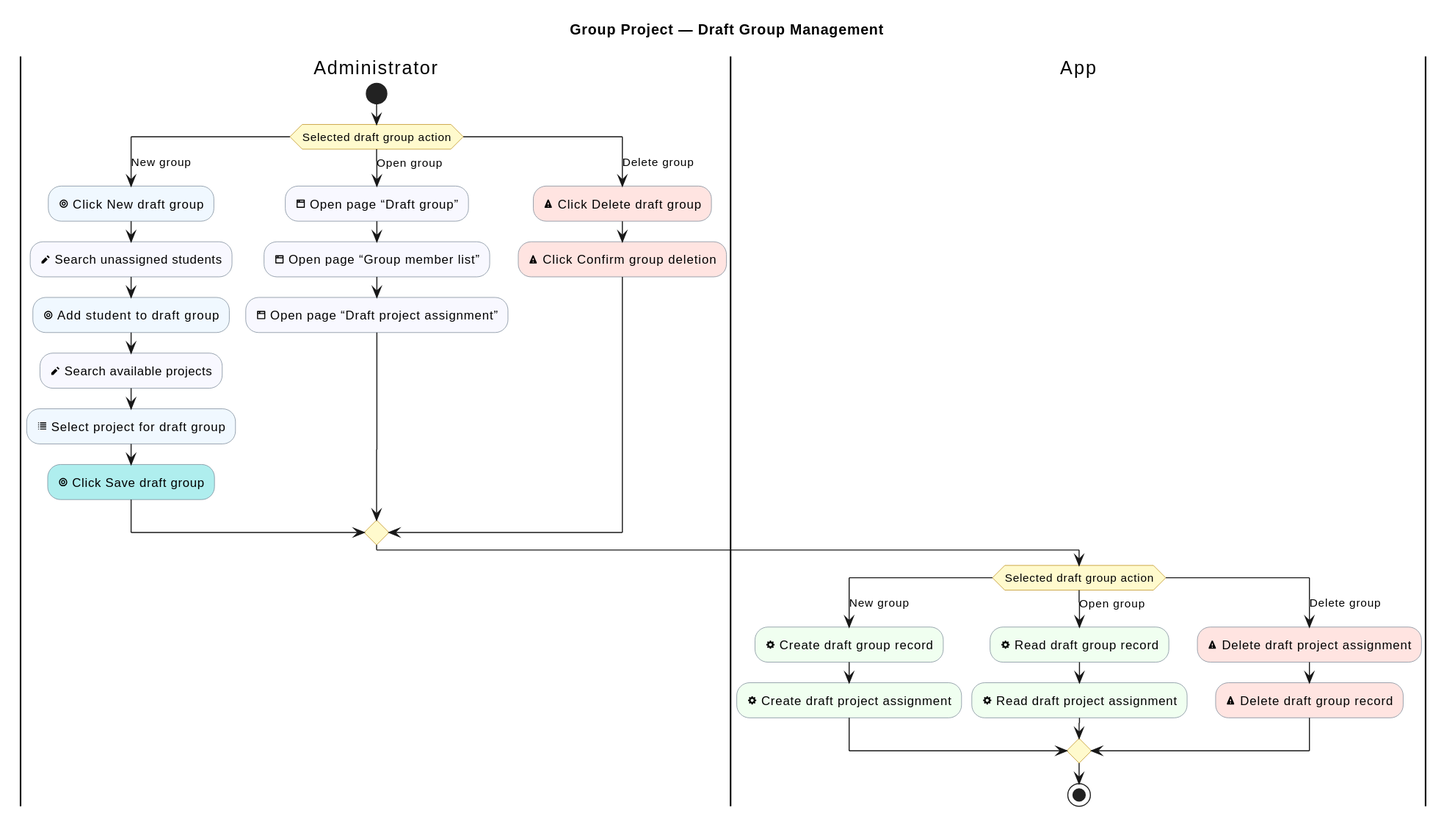
The PlantUML diagram industrial-placement-group-project/diagrams/group-project/draft-group-management.svg in sdflkjssl/sdflkjssl.github.io, before a commit.
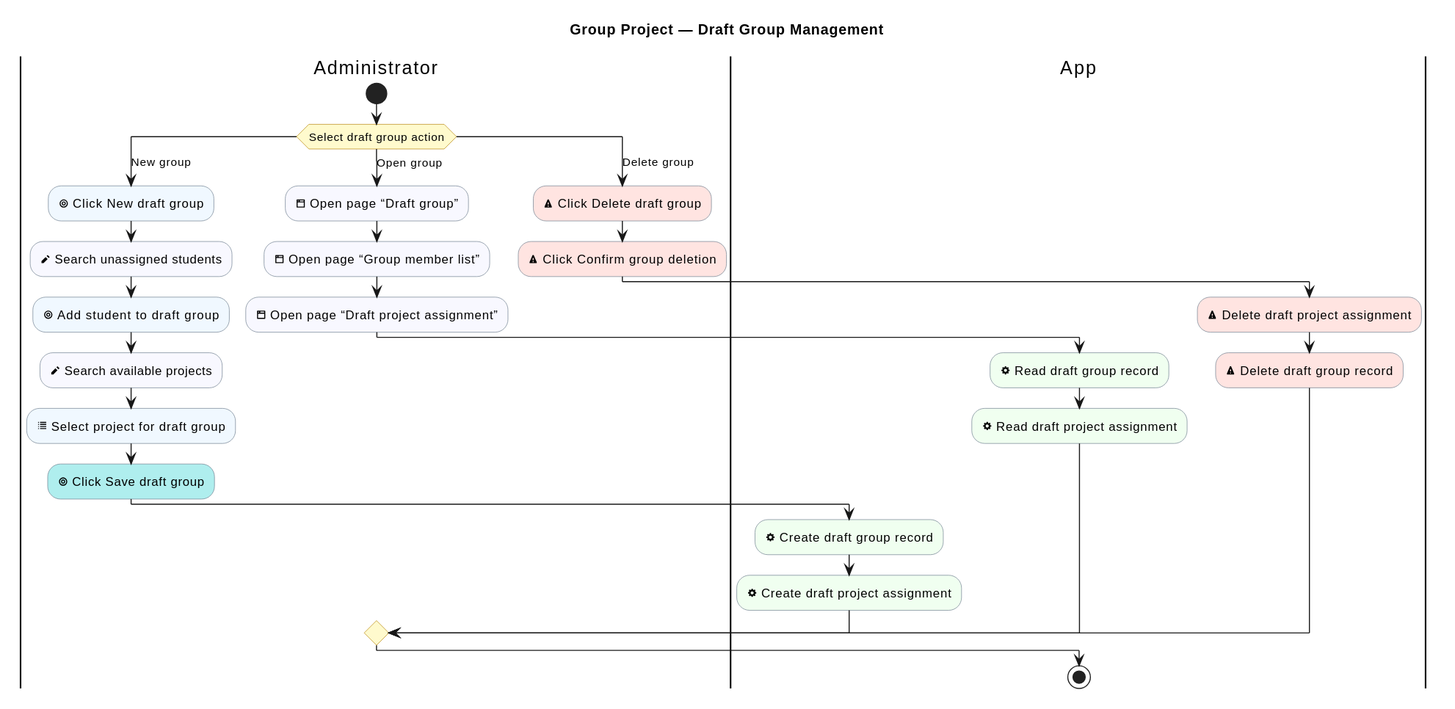
The same diagram one commit later.

What changed in the source:
```diff
@@ -12,32 +12,31 @@
 
 |Administrator|
 start
-switch (Selected draft group action)
+switch (Select draft group action)
 case (New group)
+  |Administrator|
   :<&target> Click New draft group; <<#AliceBlue>>
   :<&pencil> Search unassigned students; <<#GhostWhite>>
   :<&target> Add student to draft group; <<#AliceBlue>>
   :<&pencil> Search available projects; <<#GhostWhite>>
   :<&list> Select project for draft group; <<#AliceBlue>>
   :<&target> Click Save draft group; <<#PaleTurquoise>>
+  |App|
+  :<&cog> Create draft group record; <<#HoneyDew>>
+  :<&cog> Create draft project assignment; <<#HoneyDew>>
 case (Open group)
+  |Administrator|
   :<&browser> Open page “Draft group”; <<#GhostWhite>>
   :<&browser> Open page “Group member list”; <<#GhostWhite>>
   :<&browser> Open page “Draft project assignment”; <<#GhostWhite>>
-case (Delete group)
-  :<&warning> Click Delete draft group; <<#MistyRose>>
-  :<&warning> Click Confirm group deletion; <<#MistyRose>>
-endswitch
-
-|App|
-switch (Selected draft group action)
-case (New group)
-  :<&cog> Create draft group record; <<#HoneyDew>>
-  :<&cog> Create draft project assignment; <<#HoneyDew>>
-case (Open group)
+  |App|
   :<&cog> Read draft group record; <<#HoneyDew>>
   :<&cog> Read draft project assignment; <<#HoneyDew>>
 case (Delete group)
+  |Administrator|
+  :<&warning> Click Delete draft group; <<#MistyRose>>
+  :<&warning> Click Confirm group deletion; <<#MistyRose>>
+  |App|
   :<&warning> Delete draft project assignment; <<#MistyRose>>
   :<&warning> Delete draft group record; <<#MistyRose>>
 endswitch
```
